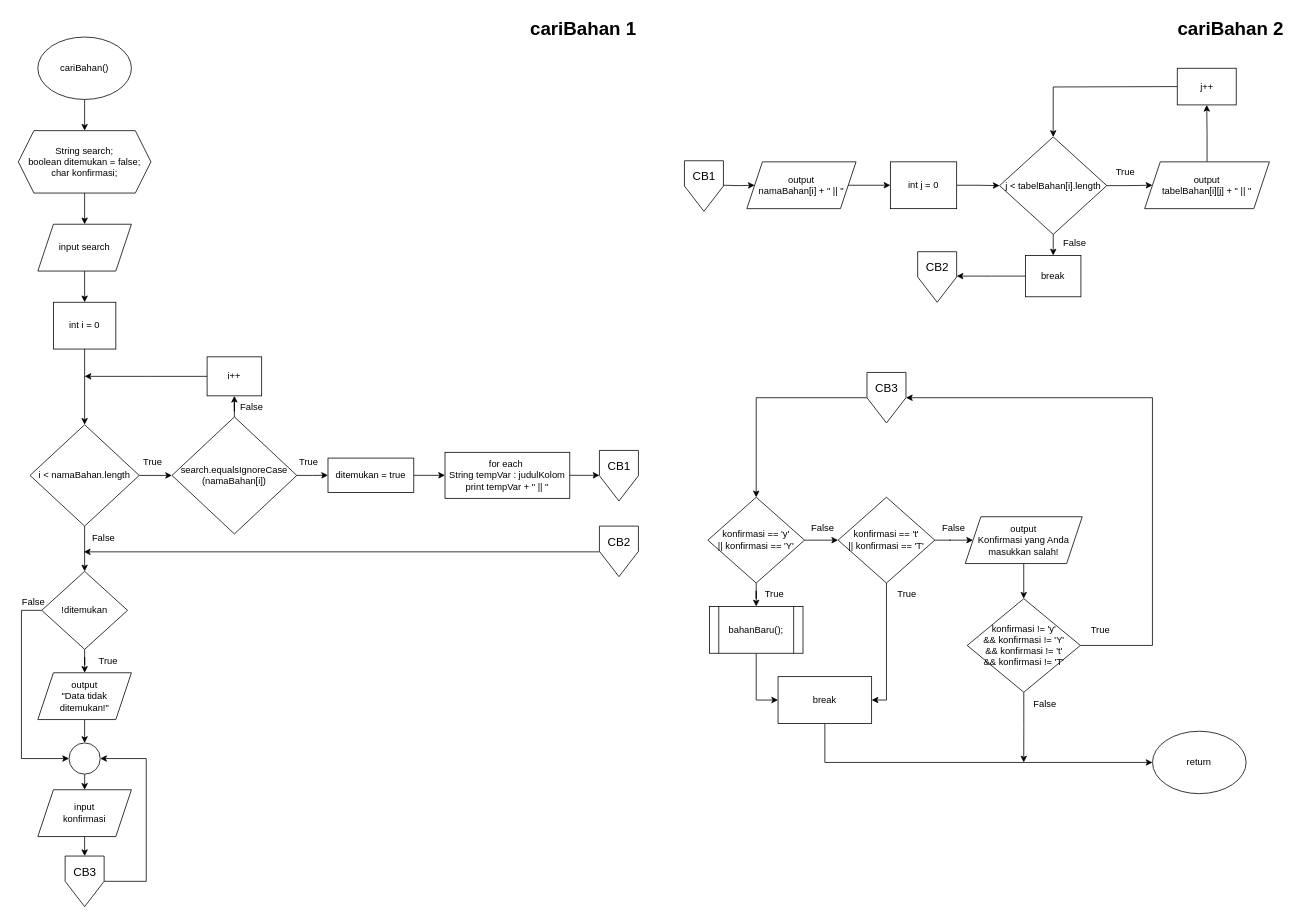
Above: page "cariBahan" (9 of 10) of Tugas Akhir/Flowchart.drawio in nhaidaar/daspro (draw.io), before the change. Source tidied: cells renumbered, new cells numbered last; positions are measured from the earlier drawing's top-left corner, leaving out a move shared by most shapes. Both pictures are drawn from the tidied source at 78%, with x=0, y=0 at pixel (13, 13).
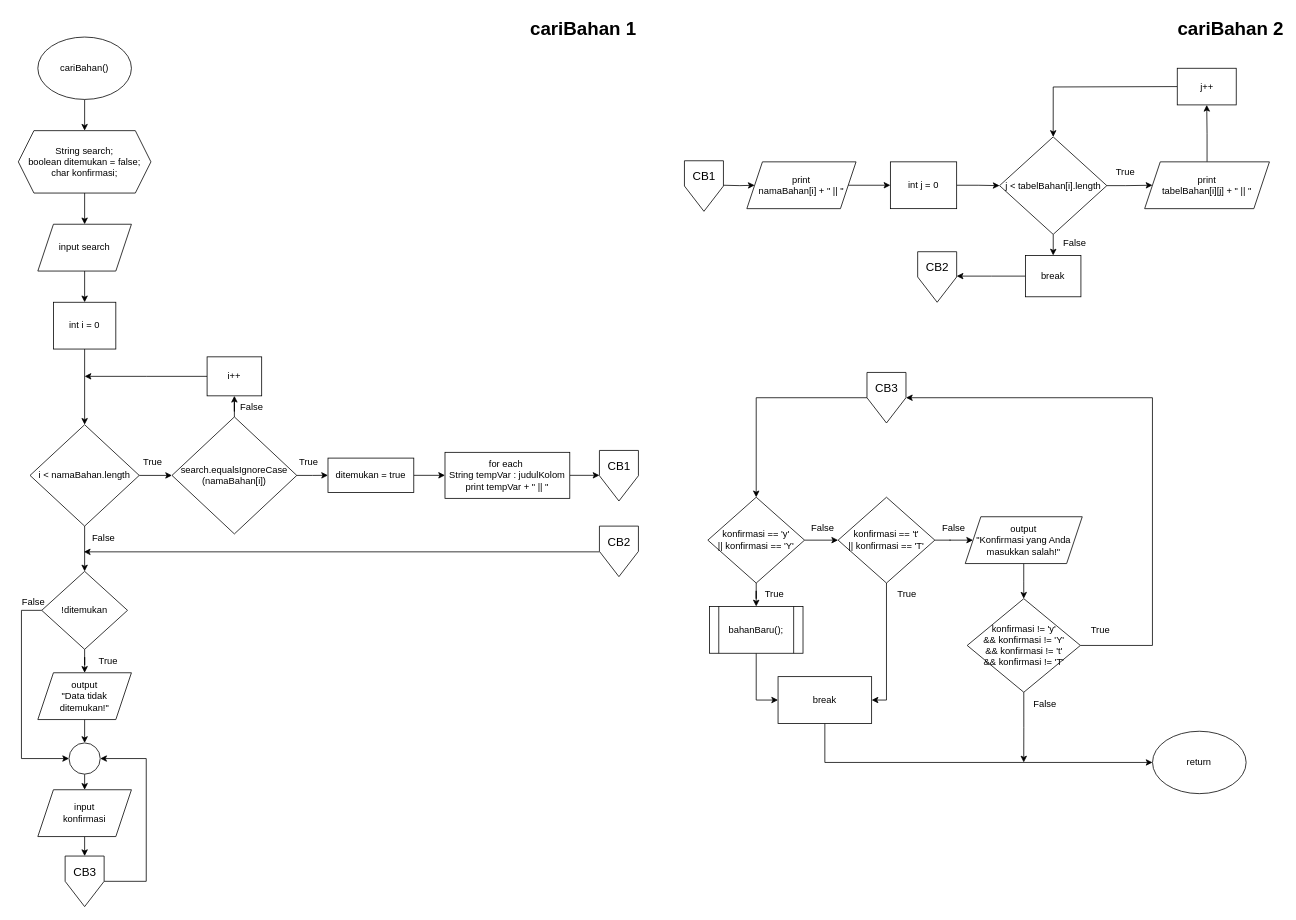
Above is the later version.

Diff of the diagram source:
```diff
@@
-    <mxCell id="46" value="&lt;span style=&quot;font-size: 12px;&quot;&gt;output&lt;/span&gt;&lt;br style=&quot;border-color: var(--border-color); font-size: 12px;&quot;&gt;&lt;span style=&quot;font-size: 12px;&quot;&gt;namaBahan[i] + &quot; || &quot;&lt;/span&gt;" style="shape=parallelogram;perimeter=parallelogramPerimeter;whiteSpace=wrap;html=1;fixedSize=1;fontSize=11;" parent="1" vertex="1">
+    <mxCell id="46" value="&lt;span style=&quot;font-size: 12px;&quot;&gt;print&lt;/span&gt;&lt;br style=&quot;border-color: var(--border-color); font-size: 12px;&quot;&gt;&lt;span style=&quot;font-size: 12px;&quot;&gt;namaBahan[i] + &quot; || &quot;&lt;/span&gt;" style="shape=parallelogram;perimeter=parallelogramPerimeter;whiteSpace=wrap;html=1;fixedSize=1;fontSize=11;" parent="1" vertex="1">
       <mxGeometry x="940" y="190" width="140" height="60" as="geometry" />
     </mxCell>
-    <mxCell id="47" value="&lt;span style=&quot;font-size: 12px;&quot;&gt;output&lt;br&gt;tabelBahan[i][j] + &quot; || &quot;&lt;/span&gt;" style="shape=parallelogram;perimeter=parallelogramPerimeter;whiteSpace=wrap;html=1;fixedSize=1;fontSize=11;" parent="1" vertex="1">
+    <mxCell id="47" value="&lt;span style=&quot;font-size: 12px;&quot;&gt;print&lt;br&gt;tabelBahan[i][j] + &quot; || &quot;&lt;/span&gt;" style="shape=parallelogram;perimeter=parallelogramPerimeter;whiteSpace=wrap;html=1;fixedSize=1;fontSize=11;" parent="1" vertex="1">
       <mxGeometry x="1450" y="190" width="160" height="60" as="geometry" />
     </mxCell>
@@
-    <mxCell id="57" value="output&lt;br&gt;Konfirmasi yang Anda masukkan salah!" style="shape=parallelogram;perimeter=parallelogramPerimeter;whiteSpace=wrap;html=1;fixedSize=1;" parent="1" vertex="1">
+    <mxCell id="57" value="output&lt;br&gt;&quot;Konfirmasi yang Anda masukkan salah!&quot;" style="shape=parallelogram;perimeter=parallelogramPerimeter;whiteSpace=wrap;html=1;fixedSize=1;" parent="1" vertex="1">
       <mxGeometry x="1220" y="645" width="150" height="60" as="geometry" />
     </mxCell>
```
